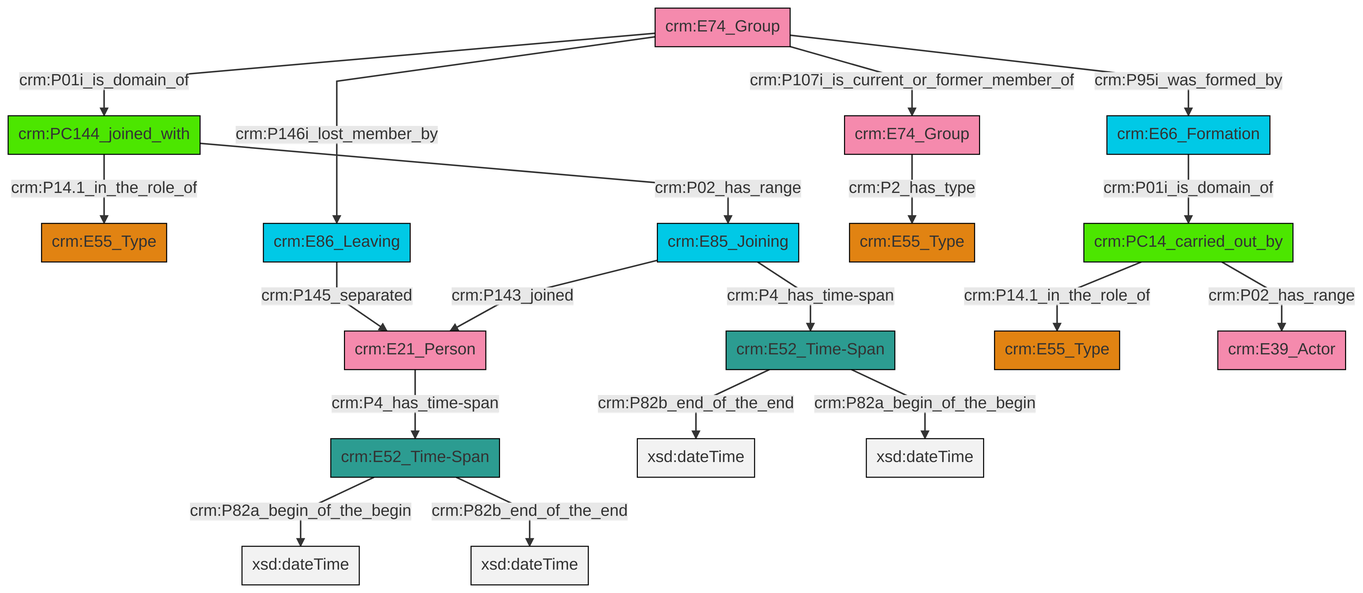
Before: et/groupCSV/ttl/mmd/png/group_actor_relations.png, a diagram exported from Mermaid (swiss-art-research-net/reference-data-models). Its source is kept beside it as et/groupCSV/ttl/mmd/group_actor_relations.ttl.mmd.
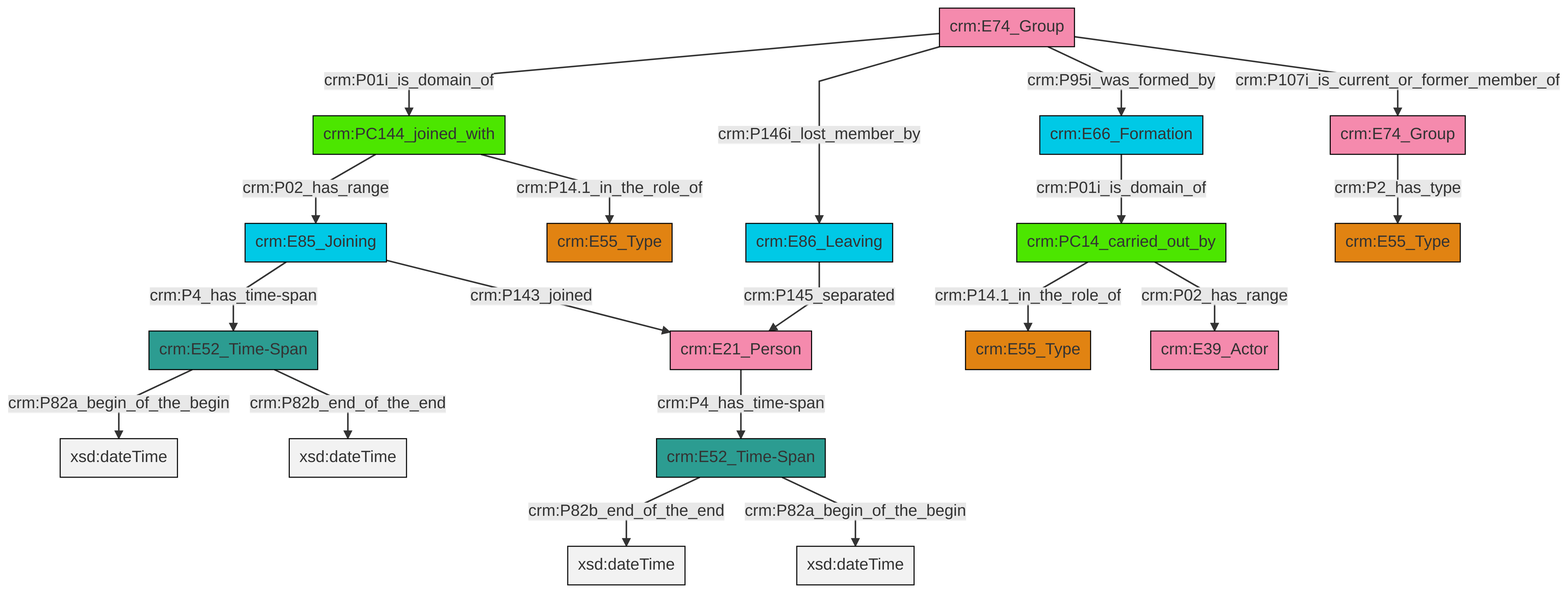
After the commit.

What changed in the source:
```diff
@@ -14,20 +14,20 @@
 classDef Multi fill:#cccccc,stroke:#000000;
 
 0["crm:E52_Time-Span"]:::Time-Span -->|crm:P82a_begin_of_the_begin| 1[xsd:dateTime]:::Literal
+2["crm:E74_Group"]:::Actor -->|crm:P2_has_type| 3["crm:E55_Type"]:::Type
 4["crm:E74_Group"]:::Actor -->|crm:P01i_is_domain_of| 5["crm:PC144_joined_with"]:::PC_Classes
-12["crm:E86_Leaving"]:::Temporal_Entity -->|crm:P145_separated| 10["crm:E21_Person"]:::Actor
-14["crm:E52_Time-Span"]:::Time-Span -->|crm:P82b_end_of_the_end| 15[xsd:dateTime]:::Literal
-10["crm:E21_Person"]:::Actor -->|crm:P4_has_time-span| 0["crm:E52_Time-Span"]:::Time-Span
-6["crm:PC14_carried_out_by"]:::PC_Classes -->|crm:P14.1_in_the_role_of| 16["crm:E55_Type"]:::Type
-8["crm:E66_Formation"]:::Temporal_Entity -->|crm:P01i_is_domain_of| 6["crm:PC14_carried_out_by"]:::PC_Classes
-14["crm:E52_Time-Span"]:::Time-Span -->|crm:P82a_begin_of_the_begin| 19[xsd:dateTime]:::Literal
-4["crm:E74_Group"]:::Actor -->|crm:P146i_lost_member_by| 12["crm:E86_Leaving"]:::Temporal_Entity
-22["crm:E74_Group"]:::Actor -->|crm:P2_has_type| 17["crm:E55_Type"]:::Type
-6["crm:PC14_carried_out_by"]:::PC_Classes -->|crm:P02_has_range| 24["crm:E39_Actor"]:::Actor
-0["crm:E52_Time-Span"]:::Time-Span -->|crm:P82b_end_of_the_end| 26[xsd:dateTime]:::Literal
-4["crm:E74_Group"]:::Actor -->|crm:P107i_is_current_or_former_member_of| 22["crm:E74_Group"]:::Actor
-5["crm:PC144_joined_with"]:::PC_Classes -->|crm:P14.1_in_the_role_of| 2["crm:E55_Type"]:::Type
-32["crm:E85_Joining"]:::Temporal_Entity -->|crm:P143_joined| 10["crm:E21_Person"]:::Actor
-5["crm:PC144_joined_with"]:::PC_Classes -->|crm:P02_has_range| 32["crm:E85_Joining"]:::Temporal_Entity
-4["crm:E74_Group"]:::Actor -->|crm:P95i_was_formed_by| 8["crm:E66_Formation"]:::Temporal_Entity
-32["crm:E85_Joining"]:::Temporal_Entity -->|crm:P4_has_time-span| 14["crm:E52_Time-Span"]:::Time-Span
+6["crm:E52_Time-Span"]:::Time-Span -->|crm:P82b_end_of_the_end| 7[xsd:dateTime]:::Literal
+4["crm:E74_Group"]:::Actor -->|crm:P146i_lost_member_by| 8["crm:E86_Leaving"]:::Temporal_Entity
+9["crm:E66_Formation"]:::Temporal_Entity -->|crm:P01i_is_domain_of| 10["crm:PC14_carried_out_by"]:::PC_Classes
+8["crm:E86_Leaving"]:::Temporal_Entity -->|crm:P145_separated| 11["crm:E21_Person"]:::Actor
+5["crm:PC144_joined_with"]:::PC_Classes -->|crm:P02_has_range| 12["crm:E85_Joining"]:::Temporal_Entity
+4["crm:E74_Group"]:::Actor -->|crm:P95i_was_formed_by| 9["crm:E66_Formation"]:::Temporal_Entity
+0["crm:E52_Time-Span"]:::Time-Span -->|crm:P82b_end_of_the_end| 19[xsd:dateTime]:::Literal
+12["crm:E85_Joining"]:::Temporal_Entity -->|crm:P4_has_time-span| 0["crm:E52_Time-Span"]:::Time-Span
+5["crm:PC144_joined_with"]:::PC_Classes -->|crm:P14.1_in_the_role_of| 23["crm:E55_Type"]:::Type
+11["crm:E21_Person"]:::Actor -->|crm:P4_has_time-span| 6["crm:E52_Time-Span"]:::Time-Span
+10["crm:PC14_carried_out_by"]:::PC_Classes -->|crm:P14.1_in_the_role_of| 15["crm:E55_Type"]:::Type
+12["crm:E85_Joining"]:::Temporal_Entity -->|crm:P143_joined| 11["crm:E21_Person"]:::Actor
+6["crm:E52_Time-Span"]:::Time-Span -->|crm:P82a_begin_of_the_begin| 30[xsd:dateTime]:::Literal
+4["crm:E74_Group"]:::Actor -->|crm:P107i_is_current_or_former_member_of| 2["crm:E74_Group"]:::Actor
+10["crm:PC14_carried_out_by"]:::PC_Classes -->|crm:P02_has_range| 31["crm:E39_Actor"]:::Actor
```
